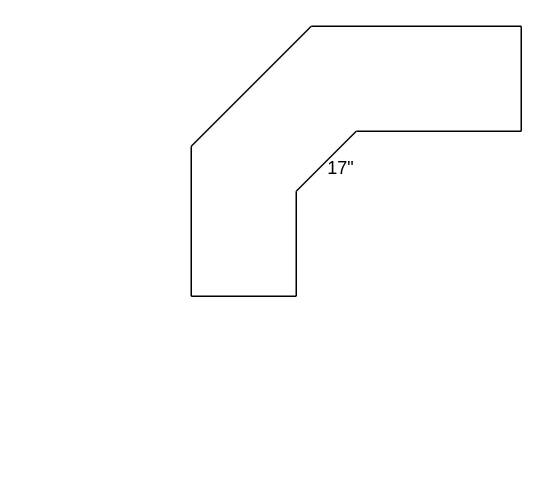
The draw.io diagram desk/desk.drawio in nthurow/draw-io, before the edit. Source tidied: cells renumbered, new cells numbered last; positions are measured from the earlier drawing's top-left corner, leaving out a move shared by most shapes. Both pictures are drawn from the tidied source at 150%, with x=0, y=0 at pixel (190, 26).
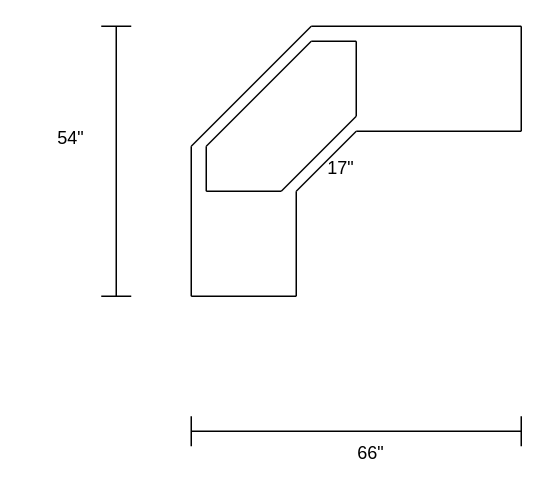
The same diagram, later.

What changed in the source:
```diff
@@
+    <mxCell id="11" style="endArrow=none;html=1;rounded=0;" parent="1" edge="1">
+      <mxGeometry relative="1" as="geometry">
+        <mxPoint y="270" as="sourcePoint" />
+        <mxPoint x="220" y="270" as="targetPoint" />
+      </mxGeometry>
+    </mxCell>
+    <mxCell id="12" style="endArrow=none;html=1;rounded=0;" parent="1" edge="1">
+      <mxGeometry relative="1" as="geometry">
+        <mxPoint y="280" as="sourcePoint" />
+        <mxPoint y="260" as="targetPoint" />
+      </mxGeometry>
+    </mxCell>
+    <mxCell id="13" style="endArrow=none;html=1;rounded=0;" parent="1" edge="1">
+      <mxGeometry relative="1" as="geometry">
+        <mxPoint x="220" y="280" as="sourcePoint" />
+        <mxPoint x="220" y="260" as="targetPoint" />
+      </mxGeometry>
+    </mxCell>
+    <mxCell id="14" value="66&quot;" style="text;html=1;strokeColor=none;fillColor=none;align=center;verticalAlign=middle;whiteSpace=wrap;rounded=0;" parent="1" vertex="1">
+      <mxGeometry x="90" y="270" width="60" height="30" as="geometry" />
+    </mxCell>
+    <mxCell id="15" style="endArrow=none;html=1;rounded=0;" parent="1" edge="1">
+      <mxGeometry relative="1" as="geometry">
+        <mxPoint x="-50" as="sourcePoint" />
+        <mxPoint x="-50" y="180" as="targetPoint" />
+      </mxGeometry>
+    </mxCell>
+    <mxCell id="16" style="endArrow=none;html=1;rounded=0;" parent="1" edge="1">
+      <mxGeometry relative="1" as="geometry">
+        <mxPoint x="-40" as="sourcePoint" />
+        <mxPoint x="-60" as="targetPoint" />
+      </mxGeometry>
+    </mxCell>
+    <mxCell id="17" style="endArrow=none;html=1;rounded=0;" parent="1" edge="1">
+      <mxGeometry relative="1" as="geometry">
+        <mxPoint x="-40" y="180" as="sourcePoint" />
+        <mxPoint x="-60" y="180" as="targetPoint" />
+      </mxGeometry>
+    </mxCell>
+    <mxCell id="18" value="54&quot;" style="text;html=1;strokeColor=none;fillColor=none;align=center;verticalAlign=middle;whiteSpace=wrap;rounded=0;" parent="1" vertex="1">
+      <mxGeometry x="-110" y="60" width="60" height="30" as="geometry" />
+    </mxCell>
+    <mxCell id="19" style="endArrow=none;html=1;rounded=0;" parent="1" edge="1">
+      <mxGeometry relative="1" as="geometry">
+        <mxPoint x="10" y="110" as="sourcePoint" />
+        <mxPoint x="60" y="110" as="targetPoint" />
+      </mxGeometry>
+    </mxCell>
+    <mxCell id="20" style="endArrow=none;html=1;rounded=0;" parent="1" edge="1">
+      <mxGeometry relative="1" as="geometry">
+        <mxPoint x="10" y="110" as="sourcePoint" />
+        <mxPoint x="10" y="80" as="targetPoint" />
+      </mxGeometry>
+    </mxCell>
+    <mxCell id="21" style="endArrow=none;html=1;rounded=0;" parent="1" edge="1">
+      <mxGeometry relative="1" as="geometry">
+        <mxPoint x="10" y="80" as="sourcePoint" />
+        <mxPoint x="80" y="10" as="targetPoint" />
+      </mxGeometry>
+    </mxCell>
+    <mxCell id="22" style="endArrow=none;html=1;rounded=0;" parent="1" edge="1">
+      <mxGeometry relative="1" as="geometry">
+        <mxPoint x="110" y="60" as="sourcePoint" />
+        <mxPoint x="110" y="10" as="targetPoint" />
+      </mxGeometry>
+    </mxCell>
+    <mxCell id="23" style="endArrow=none;html=1;rounded=0;" parent="1" edge="1">
+      <mxGeometry relative="1" as="geometry">
+        <mxPoint x="80" y="10" as="sourcePoint" />
+        <mxPoint x="110" y="10" as="targetPoint" />
+      </mxGeometry>
+    </mxCell>
+    <mxCell id="24" style="endArrow=none;html=1;rounded=0;" parent="1" edge="1">
+      <mxGeometry relative="1" as="geometry">
+        <mxPoint x="60" y="110" as="sourcePoint" />
+        <mxPoint x="110" y="60" as="targetPoint" />
+      </mxGeometry>
+    </mxCell>
```
